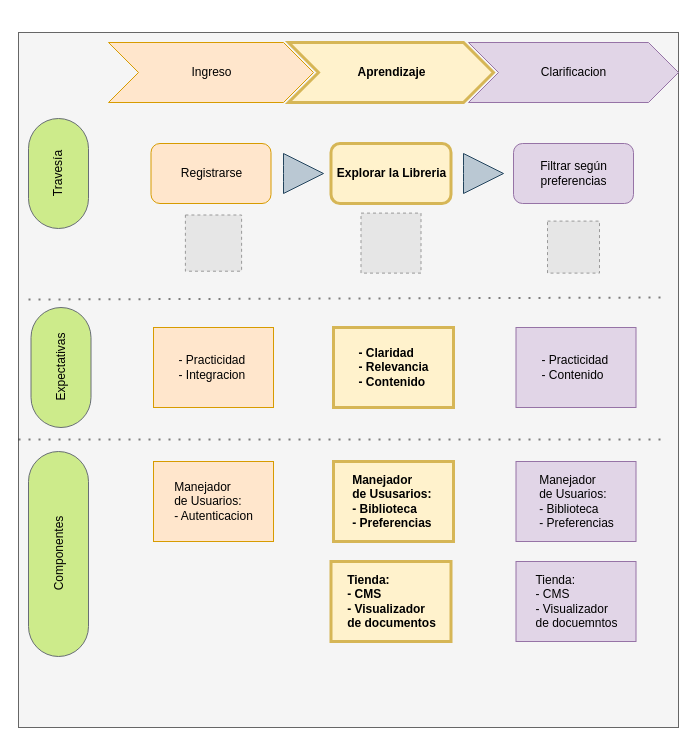
Earlier version of the draw.io diagram page "Fase 3" (4 of 7) of client journey.drawio (segurajhona/arqui-katas). Source tidied: cells renumbered, new cells numbered last; positions are measured from the earlier drawing's top-left corner, leaving out a move shared by most shapes. Both pictures are drawn from the tidied source at 100%, with x=0, y=0 at pixel (-44, 32). Pictures stored in the file or linked from it are replaced by grey dashed boxes.
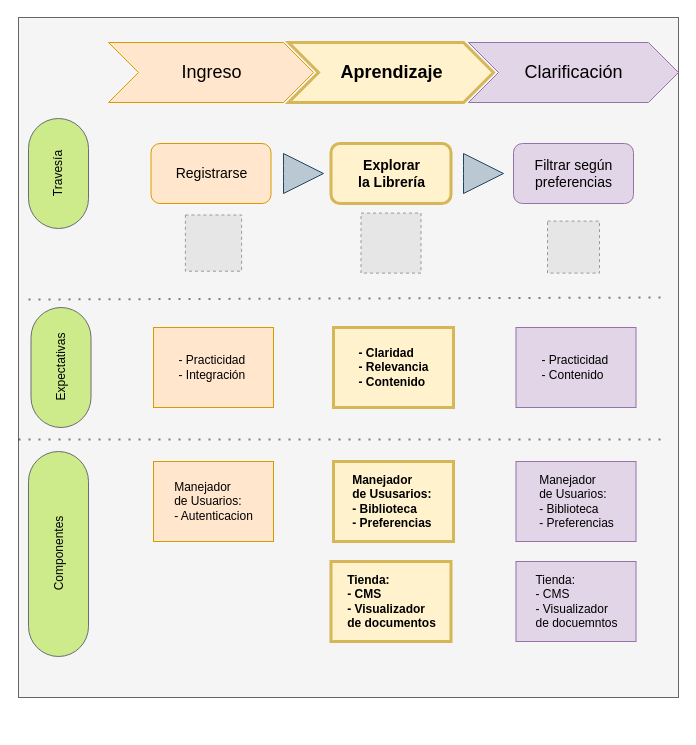
After the change.

Diff of the diagram source:
```diff
@@
     <mxCell id="2" style="rounded=0;html=1;fillColor=#f5f5f5;fontColor=#000000;strokeColor=#666666;labelBackgroundColor=none;labelBorderColor=none;" parent="1" vertex="1">
-      <mxGeometry x="62" width="660" height="695" as="geometry" />
+      <mxGeometry x="62" y="-15" width="660" height="680" as="geometry" />
     </mxCell>
-    <mxCell id="3" value="Registrarse" style="rounded=1;html=1;fillColor=#ffe6cc;strokeColor=#d79b00;labelBackgroundColor=none;labelBorderColor=none;fontColor=#000000;" parent="1" vertex="1">
+    <mxCell id="3" value="&lt;font style=&quot;font-size: 14px;&quot;&gt;Registrarse&lt;/font&gt;" style="rounded=1;html=1;fillColor=#ffe6cc;strokeColor=#d79b00;labelBackgroundColor=none;labelBorderColor=none;fontColor=#000000;" parent="1" vertex="1">
       <mxGeometry x="194.5" y="111" width="120" height="60" as="geometry" />
     </mxCell>
-    <mxCell id="4" value="&lt;b&gt;Explorar la Libreria&lt;/b&gt;" style="rounded=1;html=1;fillColor=#fff2cc;strokeColor=#d6b656;labelBackgroundColor=none;labelBorderColor=none;fontColor=#000000;strokeWidth=3;" parent="1" vertex="1">
+    <mxCell id="4" value="&lt;b&gt;&lt;font style=&quot;font-size: 14px;&quot;&gt;Explorar &lt;br&gt;la Librería&lt;/font&gt;&lt;/b&gt;" style="rounded=1;html=1;fillColor=#fff2cc;strokeColor=#d6b656;labelBackgroundColor=none;labelBorderColor=none;fontColor=#000000;strokeWidth=3;" parent="1" vertex="1">
       <mxGeometry x="374.5" y="111" width="120" height="60" as="geometry" />
     </mxCell>
-    <mxCell id="5" value="Ingreso" style="html=1;shadow=0;dashed=0;align=center;verticalAlign=middle;shape=mxgraph.arrows2.arrow;dy=0;dx=30;notch=30;fillColor=#ffe6cc;strokeColor=#d79b00;labelBackgroundColor=none;labelBorderColor=none;fontColor=#000000;" parent="1" vertex="1">
+    <mxCell id="5" value="&lt;font style=&quot;font-size: 18px;&quot;&gt;Ingreso&lt;/font&gt;" style="html=1;shadow=0;dashed=0;align=center;verticalAlign=middle;shape=mxgraph.arrows2.arrow;dy=0;dx=30;notch=30;fillColor=#ffe6cc;strokeColor=#d79b00;labelBackgroundColor=none;labelBorderColor=none;fontColor=#000000;" parent="1" vertex="1">
       <mxGeometry x="152" y="10" width="205" height="60" as="geometry" />
     </mxCell>
-    <mxCell id="6" value="&lt;b&gt;Aprendizaje&lt;/b&gt;" style="html=1;shadow=0;dashed=0;align=center;verticalAlign=middle;shape=mxgraph.arrows2.arrow;dy=0;dx=30;notch=30;fillColor=#fff2cc;strokeColor=#d6b656;labelBackgroundColor=none;labelBorderColor=none;fontColor=#000000;strokeWidth=3;" parent="1" vertex="1">
+    <mxCell id="6" value="&lt;b&gt;&lt;font style=&quot;font-size: 18px;&quot;&gt;Aprendizaje&lt;/font&gt;&lt;/b&gt;" style="html=1;shadow=0;dashed=0;align=center;verticalAlign=middle;shape=mxgraph.arrows2.arrow;dy=0;dx=30;notch=30;fillColor=#fff2cc;strokeColor=#d6b656;labelBackgroundColor=none;labelBorderColor=none;fontColor=#000000;strokeWidth=3;" parent="1" vertex="1">
       <mxGeometry x="332" y="10" width="205" height="60" as="geometry" />
     </mxCell>
@@
-    <mxCell id="9" value="Filtrar según &lt;br&gt;preferencias" style="rounded=1;html=1;fillColor=#e1d5e7;strokeColor=#9673a6;labelBackgroundColor=none;labelBorderColor=none;fontColor=#000000;" parent="1" vertex="1">
+    <mxCell id="9" value="&lt;font style=&quot;font-size: 14px;&quot;&gt;Filtrar según &lt;br&gt;preferencias&lt;/font&gt;" style="rounded=1;html=1;fillColor=#e1d5e7;strokeColor=#9673a6;labelBackgroundColor=none;labelBorderColor=none;fontColor=#000000;" parent="1" vertex="1">
       <mxGeometry x="557" y="111" width="120" height="60" as="geometry" />
     </mxCell>
-    <mxCell id="10" value="Clarificacion" style="html=1;shadow=0;dashed=0;align=center;verticalAlign=middle;shape=mxgraph.arrows2.arrow;dy=0;dx=30;notch=30;fillColor=#e1d5e7;strokeColor=#9673a6;labelBackgroundColor=none;labelBorderColor=none;fontColor=#000000;" parent="1" vertex="1">
+    <mxCell id="10" value="&lt;font style=&quot;font-size: 18px;&quot;&gt;Clarificación&lt;/font&gt;" style="html=1;shadow=0;dashed=0;align=center;verticalAlign=middle;shape=mxgraph.arrows2.arrow;dy=0;dx=30;notch=30;fillColor=#e1d5e7;strokeColor=#9673a6;labelBackgroundColor=none;labelBorderColor=none;fontColor=#000000;" parent="1" vertex="1">
       <mxGeometry x="512" y="10" width="210" height="60" as="geometry" />
     </mxCell>
@@
-    <mxCell id="13" value="&lt;div style=&quot;text-align: left;&quot;&gt;&lt;div&gt;- Practicidad&lt;/div&gt;&lt;div&gt;- Integracion&lt;span style=&quot;&quot;&gt;&amp;nbsp;&lt;/span&gt;&lt;/div&gt;&lt;/div&gt;" style="rounded=0;html=1;fillColor=#ffe6cc;strokeColor=#d79b00;labelBackgroundColor=none;labelBorderColor=none;fontColor=#000000;" parent="1" vertex="1">
+    <mxCell id="13" value="&lt;div style=&quot;text-align: left;&quot;&gt;&lt;div&gt;- Practicidad&lt;/div&gt;&lt;div&gt;- Integración&lt;span style=&quot;&quot;&gt;&amp;nbsp;&lt;/span&gt;&lt;/div&gt;&lt;/div&gt;" style="rounded=0;html=1;fillColor=#ffe6cc;strokeColor=#d79b00;labelBackgroundColor=none;labelBorderColor=none;fontColor=#000000;" parent="1" vertex="1">
       <mxGeometry x="197" y="295" width="120" height="80" as="geometry" />
     </mxCell>
```
